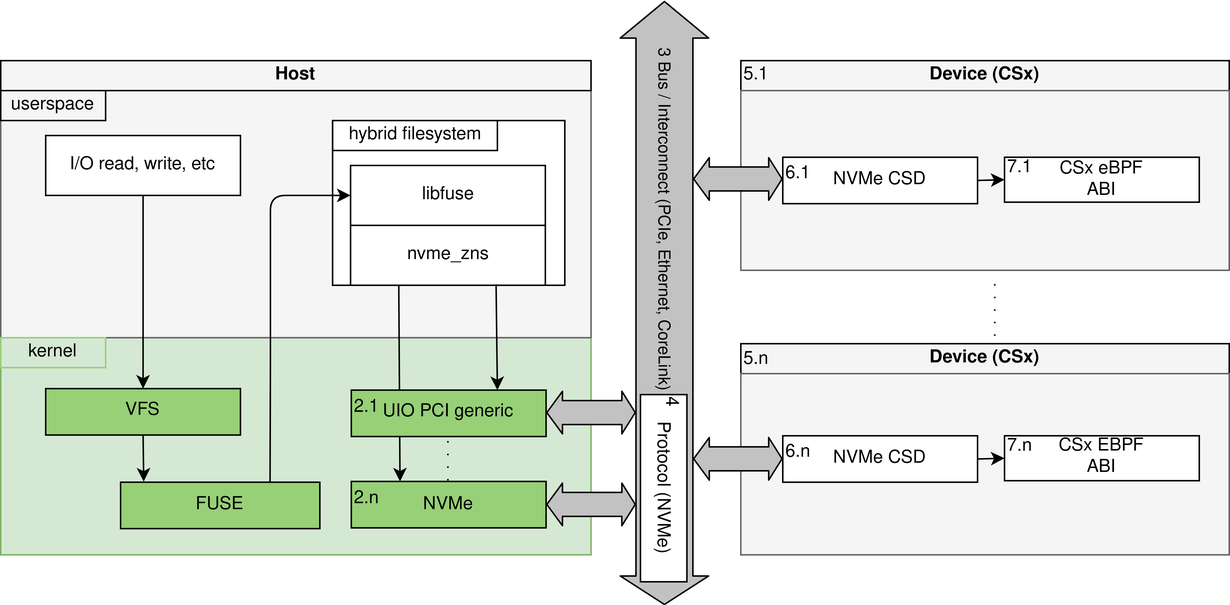
Before: thesis/resources/images/loader-pfs-arch-v3.png, a diagram exported from draw.io (Dantali0n/OpenCSD). Source tidied: cells renumbered, new cells last; positions are measured from the earlier drawing's top-left corner, leaving out a move shared by most shapes.
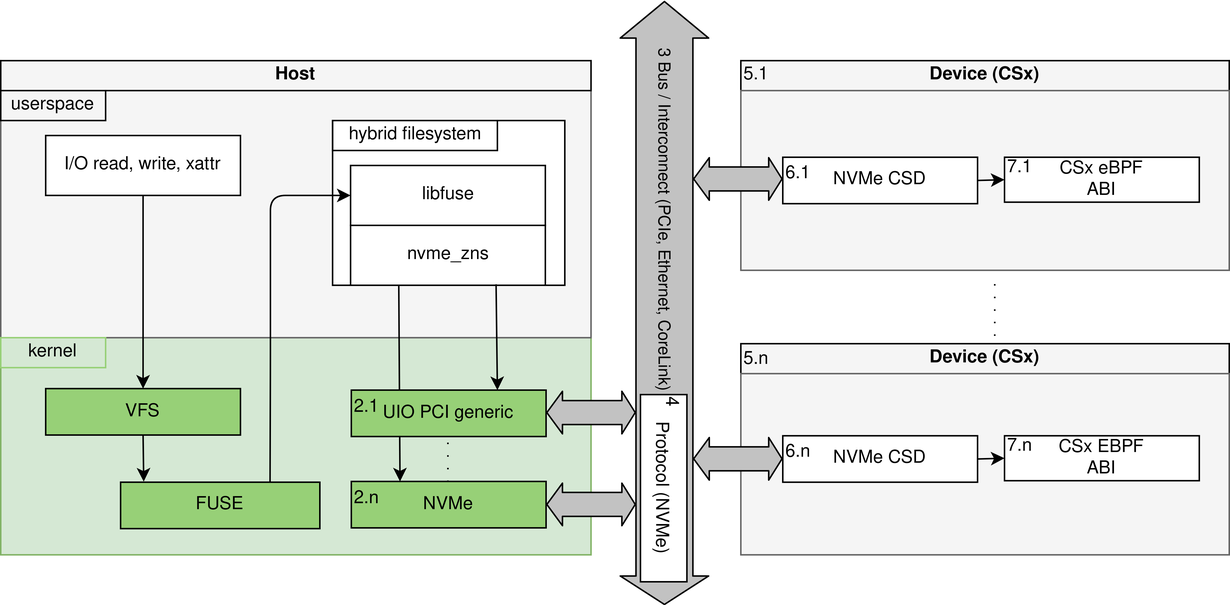
The same diagram one commit later.

Commit message:
Change system architecture in README

Change to the diagram source:
```diff
@@ -149,7 +149,7 @@
     <mxCell id="45" style="endArrow=classic;html=1;fillColor=#ffffff;fontSize=10;exitX=0.5;exitY=1;exitDx=0;exitDy=0;entryX=0.116;entryY=-0.014;entryDx=0;entryDy=0;entryPerimeter=0;" parent="1" edge="1" source="41" target="43">
       <mxGeometry relative="1" as="geometry" />
     </mxCell>
-    <mxCell id="46" value="I/O read, write, etc" style="rounded=0;whiteSpace=wrap;html=1;" parent="1" vertex="1">
+    <mxCell id="46" value="I/O read, write, xattr" style="rounded=0;whiteSpace=wrap;html=1;" parent="1" vertex="1">
       <mxGeometry x="30" y="90" width="130" height="40" as="geometry" />
     </mxCell>
     <mxCell id="47" value="nvme_zns" style="rounded=0;whiteSpace=wrap;html=1;" parent="1" vertex="1">
```
